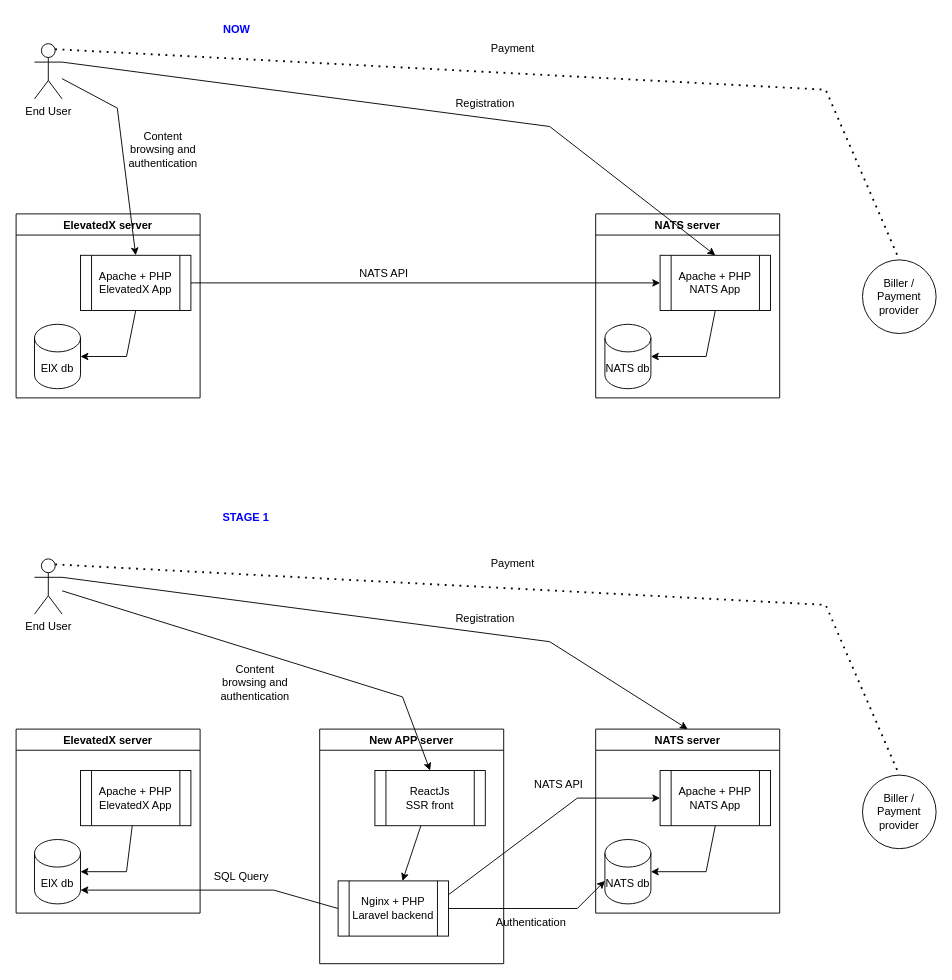
This is Untitled Diagram.drawio from pr-quantox/ex-nats, a draw.io file, before an edit. Source tidied: cells renumbered, new cells numbered last; positions are measured from the earlier drawing's top-left corner, leaving out a move shared by most shapes. Both pictures are drawn from the tidied source at 92%, with x=0, y=0 at pixel (16, 16).
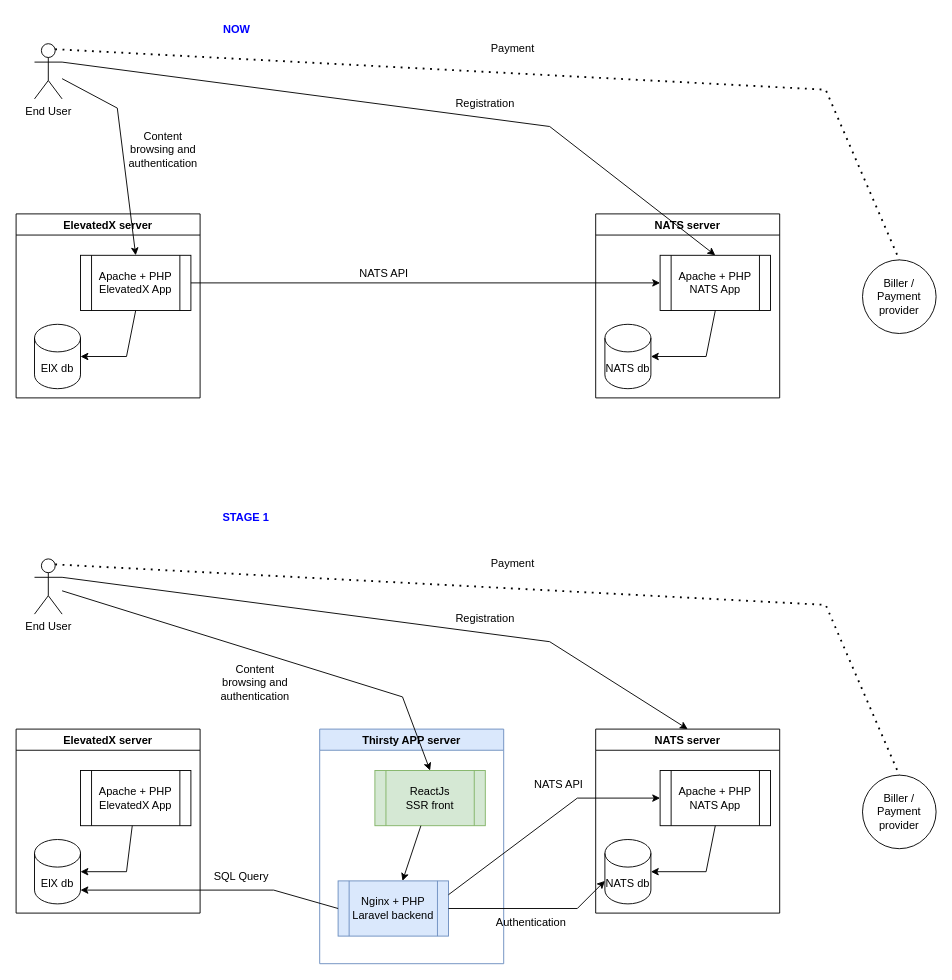
Above is the later version.

What changed in the source:
```diff
@@
-    <mxCell id="26" value="New APP server" style="swimlane;" parent="1" vertex="1">
+    <mxCell id="26" value="Thirsty APP server" style="swimlane;fillColor=#dae8fc;strokeColor=#6c8ebf;" parent="1" vertex="1">
       <mxGeometry x="330" y="775" width="200" height="255" as="geometry" />
     </mxCell>
-    <mxCell id="27" value="ReactJs&lt;br&gt;SSR front" style="shape=process;whiteSpace=wrap;html=1;backgroundOutline=1;" parent="26" vertex="1">
+    <mxCell id="27" value="ReactJs&lt;br&gt;SSR front" style="shape=process;whiteSpace=wrap;html=1;backgroundOutline=1;fillColor=#d5e8d4;strokeColor=#82b366;" parent="26" vertex="1">
       <mxGeometry x="60" y="45" width="120" height="60" as="geometry" />
     </mxCell>
-    <mxCell id="28" value="&lt;div&gt;Nginx + PHP&lt;/div&gt;&lt;div&gt;Laravel backend&lt;br&gt;&lt;/div&gt;" style="shape=process;whiteSpace=wrap;html=1;backgroundOutline=1;" parent="26" vertex="1">
+    <mxCell id="28" value="&lt;div&gt;Nginx + PHP&lt;/div&gt;&lt;div&gt;Laravel backend&lt;br&gt;&lt;/div&gt;" style="shape=process;whiteSpace=wrap;html=1;backgroundOutline=1;fillColor=#dae8fc;strokeColor=#6c8ebf;" parent="26" vertex="1">
       <mxGeometry x="20" y="165" width="120" height="60" as="geometry" />
     </mxCell>
```
